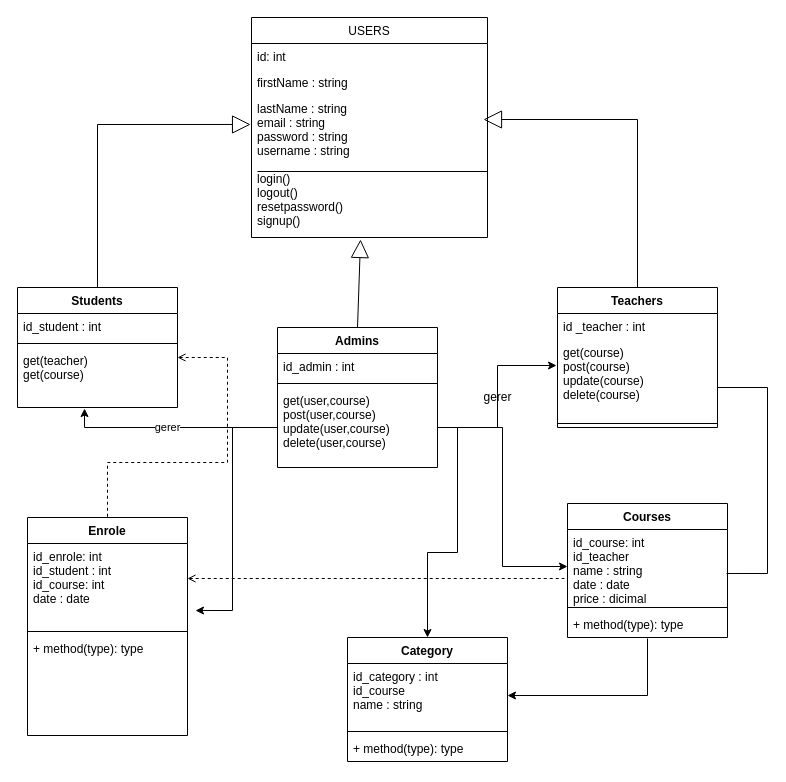
Before: uml/classDiagram.drawio in Babylon-Youcode/E-learning-platforme, a draw.io diagram. Source tidied: cells renumbered, new cells numbered last; positions are measured from the earlier drawing's top-left corner, leaving out a move shared by most shapes. Both pictures are drawn from the tidied source at 100%, with x=0, y=0 at pixel (17, 17).
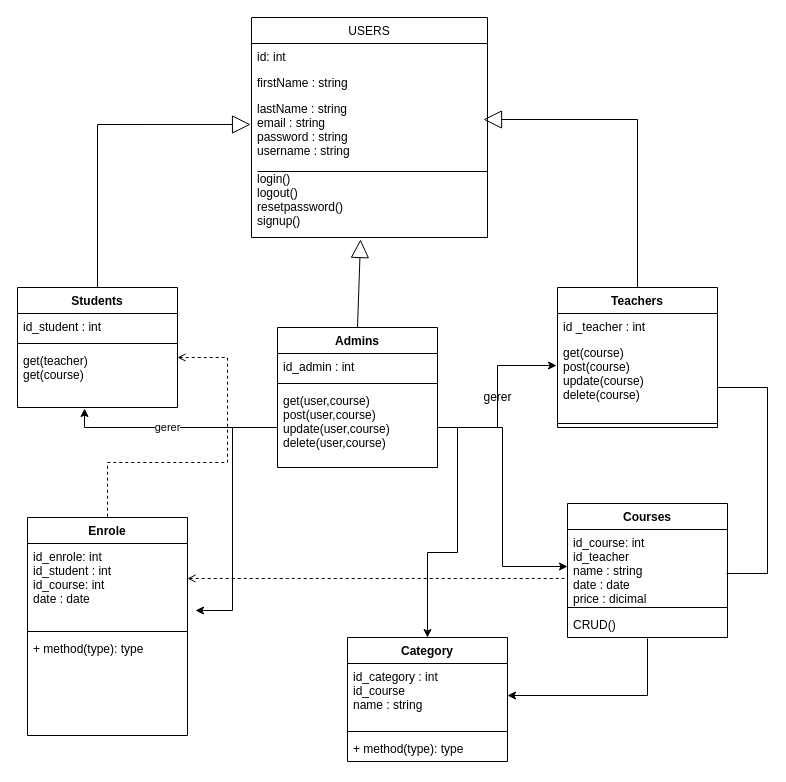
After the change.

Unchanged cells that the change refers to:
```xml
<mxCell id="23" value="Courses" style="swimlane;fontStyle=1;align=center;verticalAlign=top;horizontal=1;startSize=26;" parent="1" vertex="1">
  <mxGeometry x="550" y="486" width="160" height="134" as="geometry" />
</mxCell>
```

What changed in the source:
```diff
@@
-    <mxCell id="26" value="+ method(type): type" style="text;strokeColor=none;fillColor=none;align=left;verticalAlign=top;spacingLeft=4;spacingRight=4;overflow=hidden;points=[[0,0.5],[1,0.5]];portConstraint=eastwest;" parent="23" vertex="1">
+    <mxCell id="26" value="CRUD()" style="text;strokeColor=none;fillColor=none;align=left;verticalAlign=top;spacingLeft=4;spacingRight=4;overflow=hidden;points=[[0,0.5],[1,0.5]];portConstraint=eastwest;" parent="23" vertex="1">
       <mxGeometry y="108" width="160" height="26" as="geometry" />
     </mxCell>
```
